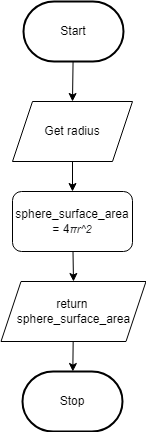
The draw.io diagram Drawio/FlowChart.png in JacksonNaufal/ICS3U-Unit-Assignment-7-Python, before a commit. Source tidied: cells renumbered, new cells last; positions are measured from the earlier drawing's top-left corner, leaving out a move shared by most shapes. Source of this version:
```xml
<mxGraphModel>
  <root>
    <mxCell id="0" />
    <mxCell id="1" parent="0" />
    <mxCell id="2" style="edgeStyle=none;rounded=0;html=1;entryX=0.5;entryY=0;entryDx=0;entryDy=0;endArrow=classic;endFill=1;" parent="1" edge="1" source="3" target="8">
      <mxGeometry relative="1" as="geometry" />
    </mxCell>
    <mxCell id="3" value="Start" style="strokeWidth=2;html=1;shape=mxgraph.flowchart.terminator;whiteSpace=wrap;" parent="1" vertex="1">
      <mxGeometry x="23" width="100" height="60" as="geometry" />
    </mxCell>
    <mxCell id="4" value="Stop" style="strokeWidth=2;html=1;shape=mxgraph.flowchart.terminator;whiteSpace=wrap;rounded=1;" parent="1" vertex="1">
      <mxGeometry x="22" y="370" width="100" height="60" as="geometry" />
    </mxCell>
    <mxCell id="5" style="edgeStyle=none;html=1;startArrow=none;" parent="1" edge="1" source="6" target="4">
      <mxGeometry relative="1" as="geometry" />
    </mxCell>
    <mxCell id="6" value="&lt;font style=&quot;font-size: 12px&quot;&gt;return&amp;nbsp;&lt;br&gt;&lt;/font&gt;&lt;span style=&quot;font-size: 12px&quot;&gt;sphere_surface_area&lt;/span&gt;" style="shape=parallelogram;perimeter=parallelogramPerimeter;whiteSpace=wrap;html=1;fixedSize=1;fontSize=8;" parent="1" vertex="1">
      <mxGeometry x="0.5" y="280" width="145" height="60" as="geometry" />
    </mxCell>
    <mxCell id="7" style="edgeStyle=none;html=1;entryX=0.5;entryY=0;entryDx=0;entryDy=0;" parent="1" edge="1" source="8" target="10">
      <mxGeometry relative="1" as="geometry" />
    </mxCell>
    <mxCell id="8" value="Get radius" style="shape=parallelogram;perimeter=parallelogramPerimeter;whiteSpace=wrap;html=1;fixedSize=1;" parent="1" vertex="1">
      <mxGeometry x="12" y="100" width="120" height="60" as="geometry" />
    </mxCell>
    <mxCell id="9" style="edgeStyle=none;html=1;entryX=0.5;entryY=0;entryDx=0;entryDy=0;fontFamily=Helvetica;fontSize=11;" parent="1" edge="1" source="10" target="6">
      <mxGeometry relative="1" as="geometry" />
    </mxCell>
    <mxCell id="10" value="sphere_surface_area&lt;br&gt;= 4&lt;span style=&quot;color: rgb(32 , 33 , 36) ; font-style: italic ; background-color: rgb(255 , 255 , 255)&quot;&gt;&lt;font style=&quot;font-size: 11px&quot;&gt;πr^2&lt;/font&gt;&lt;/span&gt;" style="rounded=1;whiteSpace=wrap;html=1;" parent="1" vertex="1">
      <mxGeometry x="12" y="190" width="120" height="60" as="geometry" />
    </mxCell>
  </root>
</mxGraphModel>
```
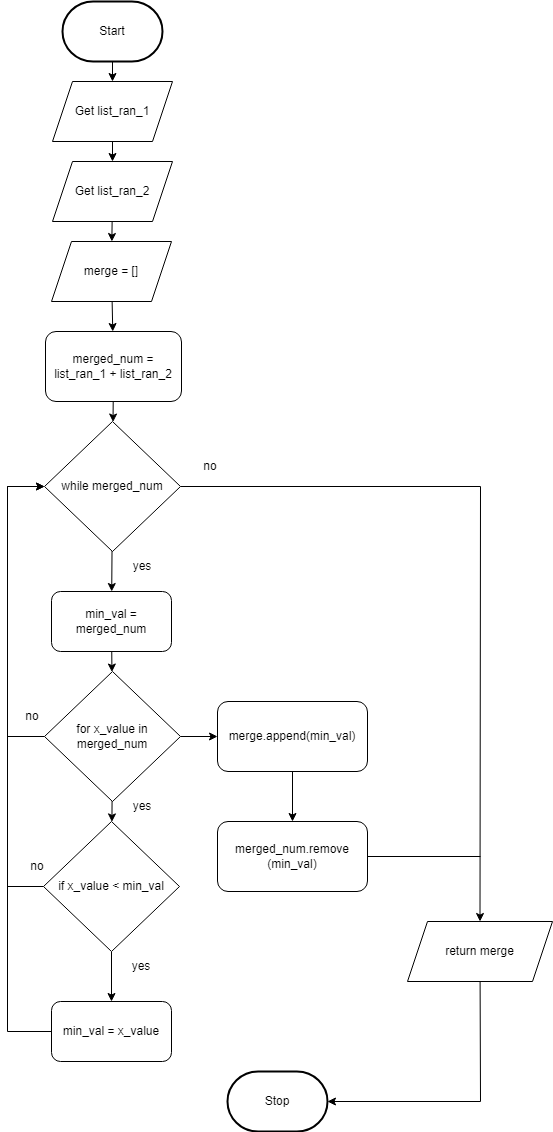
Above is the later version.

Change to the diagram source:
```diff
@@ -9,25 +9,135 @@
       <mxGeometry x="23" width="100" height="60" as="geometry" />
     </mxCell>
     <mxCell id="4" value="Stop" style="strokeWidth=2;html=1;shape=mxgraph.flowchart.terminator;whiteSpace=wrap;rounded=1;" parent="1" vertex="1">
-      <mxGeometry x="22" y="370" width="100" height="60" as="geometry" />
+      <mxGeometry x="188" y="1070" width="100" height="60" as="geometry" />
     </mxCell>
-    <mxCell id="5" style="edgeStyle=none;html=1;startArrow=none;" parent="1" edge="1" source="6" target="4">
-      <mxGeometry relative="1" as="geometry" />
-    </mxCell>
-    <mxCell id="6" value="&lt;font style=&quot;font-size: 12px&quot;&gt;return&amp;nbsp;&lt;br&gt;&lt;/font&gt;&lt;span style=&quot;font-size: 12px&quot;&gt;sphere_surface_area&lt;/span&gt;" style="shape=parallelogram;perimeter=parallelogramPerimeter;whiteSpace=wrap;html=1;fixedSize=1;fontSize=8;" parent="1" vertex="1">
-      <mxGeometry x="0.5" y="280" width="145" height="60" as="geometry" />
-    </mxCell>
-    <mxCell id="7" style="edgeStyle=none;html=1;entryX=0.5;entryY=0;entryDx=0;entryDy=0;" parent="1" edge="1" source="8" target="10">
-      <mxGeometry relative="1" as="geometry" />
-    </mxCell>
+    <mxCell id="11" style="edgeStyle=none;html=1;" parent="1" edge="1" source="8" target="13">
+      <mxGeometry relative="1" as="geometry" />
+    </mxCell>
-    <mxCell id="8" value="Get radius" style="shape=parallelogram;perimeter=parallelogramPerimeter;whiteSpace=wrap;html=1;fixedSize=1;" parent="1" vertex="1">
-      <mxGeometry x="12" y="100" width="120" height="60" as="geometry" />
+    <mxCell id="8" value="Get list_ran_1" style="shape=parallelogram;perimeter=parallelogramPerimeter;whiteSpace=wrap;html=1;fixedSize=1;" parent="1" vertex="1">
+      <mxGeometry x="13" y="80" width="120" height="60" as="geometry" />
     </mxCell>
-    <mxCell id="9" style="edgeStyle=none;html=1;entryX=0.5;entryY=0;entryDx=0;entryDy=0;fontFamily=Helvetica;fontSize=11;" parent="1" edge="1" source="10" target="6">
-      <mxGeometry relative="1" as="geometry" />
-    </mxCell>
-    <mxCell id="10" value="sphere_surface_area&lt;br&gt;= 4&lt;span style=&quot;color: rgb(32 , 33 , 36) ; font-style: italic ; background-color: rgb(255 , 255 , 255)&quot;&gt;&lt;font style=&quot;font-size: 11px&quot;&gt;πr^2&lt;/font&gt;&lt;/span&gt;" style="rounded=1;whiteSpace=wrap;html=1;" parent="1" vertex="1">
-      <mxGeometry x="12" y="190" width="120" height="60" as="geometry" />
-    </mxCell>
+    <mxCell id="12" style="edgeStyle=none;html=1;" parent="1" edge="1" source="13" target="15">
+      <mxGeometry relative="1" as="geometry" />
+    </mxCell>
+    <mxCell id="13" value="Get list_ran_2" style="shape=parallelogram;perimeter=parallelogramPerimeter;whiteSpace=wrap;html=1;fixedSize=1;" parent="1" vertex="1">
+      <mxGeometry x="13" y="160" width="120" height="60" as="geometry" />
+    </mxCell>
+    <mxCell id="14" style="edgeStyle=none;html=1;" parent="1" edge="1" source="15" target="17">
+      <mxGeometry relative="1" as="geometry" />
+    </mxCell>
+    <mxCell id="15" value="merge = []" style="shape=parallelogram;perimeter=parallelogramPerimeter;whiteSpace=wrap;html=1;fixedSize=1;" parent="1" vertex="1">
+      <mxGeometry x="12" y="240" width="120" height="60" as="geometry" />
+    </mxCell>
+    <mxCell id="16" style="edgeStyle=none;html=1;" parent="1" edge="1" source="17" target="20">
+      <mxGeometry relative="1" as="geometry" />
+    </mxCell>
+    <mxCell id="17" value="merged_num = list_ran_1 + list_ran_2" style="rounded=1;whiteSpace=wrap;html=1;" parent="1" vertex="1">
+      <mxGeometry x="6" y="330" width="136" height="70" as="geometry" />
+    </mxCell>
+    <mxCell id="18" style="edgeStyle=none;html=1;" parent="1" edge="1" source="20" target="22">
+      <mxGeometry relative="1" as="geometry" />
+    </mxCell>
+    <mxCell id="19" style="edgeStyle=none;html=1;entryX=0.5;entryY=0;entryDx=0;entryDy=0;rounded=0;" parent="1" edge="1" source="20" target="35">
+      <mxGeometry relative="1" as="geometry">
+        <Array as="points">
+          <mxPoint x="441" y="485" />
+        </Array>
+      </mxGeometry>
+    </mxCell>
+    <mxCell id="20" value="while merged_num" style="rhombus;whiteSpace=wrap;html=1;" parent="1" vertex="1">
+      <mxGeometry x="5" y="420" width="136" height="130" as="geometry" />
+    </mxCell>
+    <mxCell id="21" style="edgeStyle=none;html=1;" parent="1" edge="1" source="22" target="26">
+      <mxGeometry relative="1" as="geometry" />
+    </mxCell>
+    <mxCell id="22" value="min_val = merged_num" style="rounded=1;whiteSpace=wrap;html=1;" parent="1" vertex="1">
+      <mxGeometry x="12" y="590" width="120" height="60" as="geometry" />
+    </mxCell>
+    <mxCell id="23" style="edgeStyle=none;html=1;" parent="1" edge="1" source="26" target="29">
+      <mxGeometry relative="1" as="geometry" />
+    </mxCell>
+    <mxCell id="24" style="edgeStyle=none;rounded=0;html=1;entryX=0;entryY=0.5;entryDx=0;entryDy=0;" parent="1" edge="1" source="26" target="31">
+      <mxGeometry relative="1" as="geometry" />
+    </mxCell>
+    <mxCell id="25" style="edgeStyle=none;rounded=0;html=1;entryX=0;entryY=0.5;entryDx=0;entryDy=0;endArrow=classic;endFill=1;" parent="1" edge="1" source="26" target="20">
+      <mxGeometry relative="1" as="geometry">
+        <Array as="points">
+          <mxPoint x="-32" y="735" />
+          <mxPoint x="-32" y="485" />
+        </Array>
+      </mxGeometry>
+    </mxCell>
+    <mxCell id="26" value="for x_value in merged_num" style="rhombus;whiteSpace=wrap;html=1;" parent="1" vertex="1">
+      <mxGeometry x="5" y="670" width="136" height="130" as="geometry" />
+    </mxCell>
+    <mxCell id="27" style="edgeStyle=none;rounded=0;html=1;" parent="1" edge="1" source="29" target="37">
+      <mxGeometry relative="1" as="geometry" />
+    </mxCell>
+    <mxCell id="28" style="edgeStyle=none;rounded=0;html=1;endArrow=classic;endFill=1;entryX=0;entryY=0.5;entryDx=0;entryDy=0;" parent="1" edge="1" source="29" target="20">
+      <mxGeometry relative="1" as="geometry">
+        <Array as="points">
+          <mxPoint x="-32" y="885" />
+          <mxPoint x="-32" y="485" />
+        </Array>
+      </mxGeometry>
+    </mxCell>
+    <mxCell id="29" value="if x_value &amp;lt; min_val" style="rhombus;whiteSpace=wrap;html=1;" parent="1" vertex="1">
+      <mxGeometry x="4" y="820" width="136" height="130" as="geometry" />
+    </mxCell>
+    <mxCell id="30" style="edgeStyle=none;html=1;" parent="1" edge="1" source="31" target="33">
+      <mxGeometry relative="1" as="geometry" />
+    </mxCell>
+    <mxCell id="31" value="merge.append(min_val)" style="rounded=1;whiteSpace=wrap;html=1;" parent="1" vertex="1">
+      <mxGeometry x="178" y="700" width="150" height="70" as="geometry" />
+    </mxCell>
+    <mxCell id="32" style="edgeStyle=none;rounded=0;html=1;endArrow=none;endFill=0;" parent="1" edge="1" source="33">
+      <mxGeometry relative="1" as="geometry">
+        <mxPoint x="441" y="855" as="targetPoint" />
+      </mxGeometry>
+    </mxCell>
+    <mxCell id="33" value="merged_num.remove&lt;br&gt;(min_val)" style="rounded=1;whiteSpace=wrap;html=1;" parent="1" vertex="1">
+      <mxGeometry x="178" y="820" width="150" height="70" as="geometry" />
+    </mxCell>
+    <mxCell id="34" style="edgeStyle=none;rounded=0;html=1;endArrow=classic;endFill=1;entryX=1;entryY=0.5;entryDx=0;entryDy=0;entryPerimeter=0;" parent="1" edge="1" source="35" target="4">
+      <mxGeometry relative="1" as="geometry">
+        <Array as="points">
+          <mxPoint x="441" y="1100" />
+        </Array>
+      </mxGeometry>
+    </mxCell>
+    <mxCell id="35" value="&lt;font style=&quot;font-size: 12px&quot;&gt;return&amp;nbsp;&lt;/font&gt;&lt;span style=&quot;font-size: 12px&quot;&gt;merge&lt;/span&gt;" style="shape=parallelogram;perimeter=parallelogramPerimeter;whiteSpace=wrap;html=1;fixedSize=1;fontSize=8;" parent="1" vertex="1">
+      <mxGeometry x="368" y="920" width="145" height="60" as="geometry" />
+    </mxCell>
+    <mxCell id="36" style="edgeStyle=none;rounded=0;html=1;endArrow=none;endFill=0;" parent="1" edge="1">
+      <mxGeometry relative="1" as="geometry">
+        <mxPoint x="18" y="1030" as="sourcePoint" />
+        <mxPoint x="-32" y="880" as="targetPoint" />
+        <Array as="points">
+          <mxPoint x="-32" y="1030" />
+        </Array>
+      </mxGeometry>
+    </mxCell>
+    <mxCell id="37" value="min_val = x_value" style="rounded=1;whiteSpace=wrap;html=1;" parent="1" vertex="1">
+      <mxGeometry x="12" y="1000" width="120" height="60" as="geometry" />
+    </mxCell>
+    <mxCell id="38" value="no" style="text;html=1;strokeColor=none;fillColor=none;align=center;verticalAlign=middle;whiteSpace=wrap;rounded=0;" parent="1" vertex="1">
+      <mxGeometry x="141" y="450" width="60" height="30" as="geometry" />
+    </mxCell>
+    <mxCell id="39" value="yes" style="text;html=1;strokeColor=none;fillColor=none;align=center;verticalAlign=middle;whiteSpace=wrap;rounded=0;" parent="1" vertex="1">
+      <mxGeometry x="72" y="950" width="60" height="30" as="geometry" />
+    </mxCell>
+    <mxCell id="40" value="no" style="text;html=1;strokeColor=none;fillColor=none;align=center;verticalAlign=middle;whiteSpace=wrap;rounded=0;" parent="1" vertex="1">
+      <mxGeometry x="-32" y="850" width="60" height="30" as="geometry" />
+    </mxCell>
+    <mxCell id="41" value="yes" style="text;html=1;strokeColor=none;fillColor=none;align=center;verticalAlign=middle;whiteSpace=wrap;rounded=0;" parent="1" vertex="1">
+      <mxGeometry x="73" y="790" width="60" height="30" as="geometry" />
+    </mxCell>
+    <mxCell id="42" value="yes" style="text;html=1;strokeColor=none;fillColor=none;align=center;verticalAlign=middle;whiteSpace=wrap;rounded=0;" parent="1" vertex="1">
+      <mxGeometry x="73" y="550" width="60" height="30" as="geometry" />
+    </mxCell>
+    <mxCell id="43" value="no" style="text;html=1;strokeColor=none;fillColor=none;align=center;verticalAlign=middle;whiteSpace=wrap;rounded=0;" parent="1" vertex="1">
+      <mxGeometry x="-37" y="700" width="60" height="30" as="geometry" />
+    </mxCell>
   </root>
 </mxGraphModel>
```
